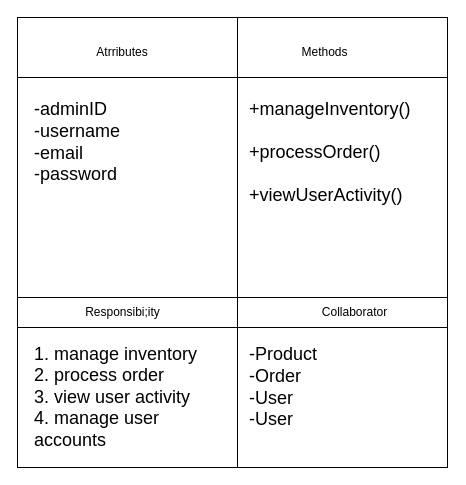
The draw.io diagram Software-Requirement-Specification/Class-Based-Modeling/CRC/Class-Cards/Class Diagram/admin.drawio in fiercePanda007/SPL2-EcommerceWebApp, before the edit. Source tidied: cells renumbered, new cells numbered last; positions are measured from the earlier drawing's top-left corner, leaving out a move shared by most shapes. Both pictures are drawn from the tidied source at 100%, with x=0, y=0 at pixel (17, 17).
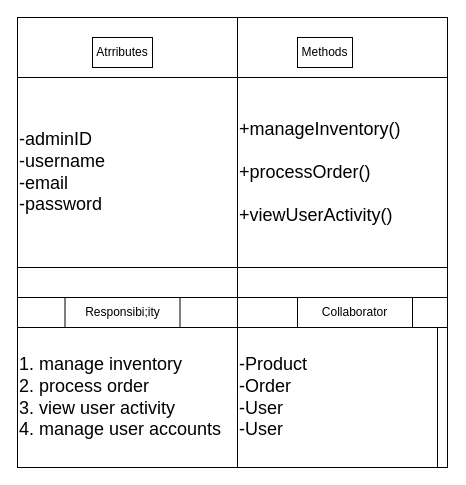
The same diagram, later.

The edit, as a diff of the source:
```diff
@@
-<mxGraphModel>
+<mxGraphModel background="#ffffff">
   <root>
     <mxCell id="0" />
     <mxCell id="1" parent="0" />
-    <mxCell id="2" style="shape=internalStorage;whiteSpace=wrap;html=1;backgroundOutline=1;dx=220;dy=60;" parent="1" vertex="1">
+    <mxCell id="2" style="shape=internalStorage;whiteSpace=wrap;html=1;backgroundOutline=1;dx=220;dy=60;fillColor=none;strokeColor=#000000;fontColor=#000000;" parent="1" vertex="1">
       <mxGeometry width="430" height="450" as="geometry" />
     </mxCell>
-    <mxCell id="3" value="Atrributes" style="text;html=1;strokeColor=none;fillColor=none;align=center;verticalAlign=middle;whiteSpace=wrap;rounded=0;" parent="1" vertex="1">
+    <mxCell id="3" value="Atrributes" style="text;html=1;strokeColor=#000000;fillColor=none;align=center;verticalAlign=middle;whiteSpace=wrap;rounded=0;fontColor=#000000;" parent="1" vertex="1">
       <mxGeometry x="75" y="20" width="60" height="30" as="geometry" />
     </mxCell>
-    <mxCell id="4" value="Methods" style="text;html=1;strokeColor=none;fillColor=none;align=center;verticalAlign=middle;whiteSpace=wrap;rounded=0;" parent="1" vertex="1">
+    <mxCell id="4" value="Methods" style="text;html=1;strokeColor=#000000;fillColor=none;align=center;verticalAlign=middle;whiteSpace=wrap;rounded=0;fontColor=#000000;" parent="1" vertex="1">
       <mxGeometry x="280" y="20" width="55" height="30" as="geometry" />
     </mxCell>
-    <mxCell id="5" style="endArrow=none;html=1;" parent="1" edge="1" target="2">
+    <mxCell id="5" style="endArrow=none;html=1;fillColor=none;strokeColor=#000000;fontColor=#000000;" parent="1" edge="1" target="2">
       <mxGeometry relative="1" as="geometry">
         <mxPoint y="280" as="sourcePoint" />
         <Array as="points">
           <mxPoint x="430" y="280" />
         </Array>
       </mxGeometry>
     </mxCell>
-    <mxCell id="6" style="endArrow=none;html=1;" parent="1" edge="1">
+    <mxCell id="6" style="endArrow=none;html=1;fillColor=none;strokeColor=#000000;fontColor=#000000;" parent="1" edge="1">
       <mxGeometry relative="1" as="geometry">
         <mxPoint y="310" as="sourcePoint" />
         <mxPoint x="430" y="310" as="targetPoint" />
         <Array as="points">
           <mxPoint x="430" y="310" />
         </Array>
       </mxGeometry>
     </mxCell>
-    <mxCell id="7" value="Responsibi;ity" style="text;html=1;strokeColor=none;fillColor=none;align=center;verticalAlign=middle;whiteSpace=wrap;rounded=0;" parent="1" vertex="1">
+    <mxCell id="7" value="Responsibi;ity" style="text;html=1;strokeColor=#000000;fillColor=none;align=center;verticalAlign=middle;whiteSpace=wrap;rounded=0;fontColor=#000000;" parent="1" vertex="1">
       <mxGeometry x="47.5" y="280" width="115" height="30" as="geometry" />
     </mxCell>
-    <mxCell id="8" value="Collaborator" style="text;html=1;strokeColor=none;fillColor=none;align=center;verticalAlign=middle;whiteSpace=wrap;rounded=0;" parent="1" vertex="1">
+    <mxCell id="8" value="Collaborator" style="text;html=1;strokeColor=#000000;fillColor=none;align=center;verticalAlign=middle;whiteSpace=wrap;rounded=0;fontColor=#000000;" parent="1" vertex="1">
       <mxGeometry x="280" y="280" width="115" height="30" as="geometry" />
     </mxCell>
-    <mxCell id="9" value="&lt;font style=&quot;font-size: 18px;&quot;&gt;-adminID&lt;br&gt;-username&lt;br&gt;-email&lt;br&gt;-password&lt;br&gt;&lt;/font&gt;" style="text;html=1;strokeColor=none;fillColor=none;align=left;verticalAlign=middle;whiteSpace=wrap;rounded=0;" parent="1" vertex="1">
-      <mxGeometry x="15" y="30" width="200" height="190" as="geometry" />
+    <mxCell id="9" value="&lt;font style=&quot;font-size: 18px;&quot;&gt;-adminID&lt;br&gt;-username&lt;br&gt;-email&lt;br&gt;-password&lt;br&gt;&lt;/font&gt;" style="text;html=1;strokeColor=#000000;fillColor=none;align=left;verticalAlign=middle;whiteSpace=wrap;rounded=0;fontColor=#000000;" parent="1" vertex="1">
+      <mxGeometry y="60" width="220" height="190" as="geometry" />
     </mxCell>
-    <mxCell id="10" value="&lt;span style=&quot;font-size: 18px;&quot;&gt;+manageInventory()&lt;br&gt;&lt;br&gt;+processOrder()&lt;br&gt;&lt;br&gt;+viewUserActivity()&lt;br&gt;&lt;/span&gt;" style="text;html=1;strokeColor=none;fillColor=none;align=left;verticalAlign=middle;whiteSpace=wrap;rounded=0;" parent="1" vertex="1">
-      <mxGeometry x="230" y="40" width="190" height="190" as="geometry" />
+    <mxCell id="10" value="&lt;span style=&quot;font-size: 18px;&quot;&gt;+manageInventory()&lt;br&gt;&lt;br&gt;+processOrder()&lt;br&gt;&lt;br&gt;+viewUserActivity()&lt;br&gt;&lt;/span&gt;" style="text;html=1;strokeColor=#000000;fillColor=none;align=left;verticalAlign=middle;whiteSpace=wrap;rounded=0;fontColor=#000000;" parent="1" vertex="1">
+      <mxGeometry x="220" y="60" width="210" height="190" as="geometry" />
     </mxCell>
-    <mxCell id="11" value="&lt;span style=&quot;font-size: 18px;&quot;&gt;1. manage inventory&lt;br&gt;2. process order&lt;br&gt;3. view user activity&lt;br&gt;4. manage user accounts&lt;br&gt;&lt;/span&gt;" style="text;html=1;strokeColor=none;fillColor=none;align=left;verticalAlign=middle;whiteSpace=wrap;rounded=0;" parent="1" vertex="1">
-      <mxGeometry x="15" y="320" width="195" height="120" as="geometry" />
+    <mxCell id="11" value="&lt;span style=&quot;font-size: 18px;&quot;&gt;1. manage inventory&lt;br&gt;2. process order&lt;br&gt;3. view user activity&lt;br&gt;4. manage user accounts&lt;br&gt;&lt;/span&gt;" style="text;html=1;strokeColor=#000000;fillColor=none;align=left;verticalAlign=middle;whiteSpace=wrap;rounded=0;fontColor=#000000;" parent="1" vertex="1">
+      <mxGeometry y="310" width="220" height="140" as="geometry" />
     </mxCell>
-    <mxCell id="12" value="&lt;font style=&quot;font-size: 18px;&quot;&gt;-Product&lt;br&gt;-Order&lt;br&gt;-User&lt;br&gt;-User&lt;br&gt;&lt;/font&gt;" style="text;html=1;strokeColor=none;fillColor=none;align=left;verticalAlign=middle;whiteSpace=wrap;rounded=0;" parent="1" vertex="1">
-      <mxGeometry x="230" y="310" width="190" height="120" as="geometry" />
+    <mxCell id="12" value="&lt;font style=&quot;font-size: 18px;&quot;&gt;-Product&lt;br&gt;-Order&lt;br&gt;-User&lt;br&gt;-User&lt;br&gt;&lt;/font&gt;" style="text;html=1;strokeColor=#000000;fillColor=none;align=left;verticalAlign=middle;whiteSpace=wrap;rounded=0;fontColor=#000000;" parent="1" vertex="1">
+      <mxGeometry x="220" y="310" width="200" height="140" as="geometry" />
     </mxCell>
   </root>
 </mxGraphModel>
```
